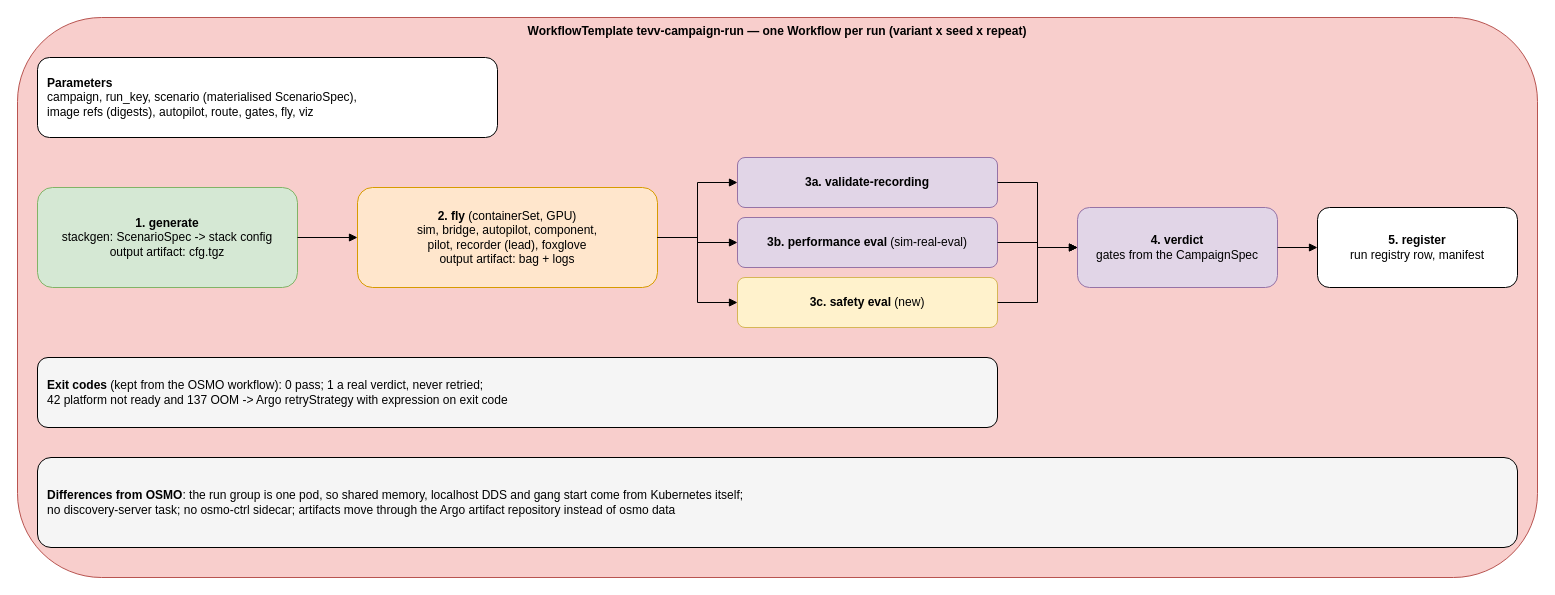
This is page "run-workflow" (2 of 2) of docs/design/diagrams/campaigns-openshift-argo.drawio from DinoHub/M-S-Simulation-Runtime-Stack, a draw.io file, before an edit. Source tidied: cells renumbered, new cells numbered last; positions are measured from the earlier drawing's top-left corner, leaving out a move shared by most shapes. Both pictures are drawn from the tidied source at 100%, with x=0, y=0 at pixel (17, 17).
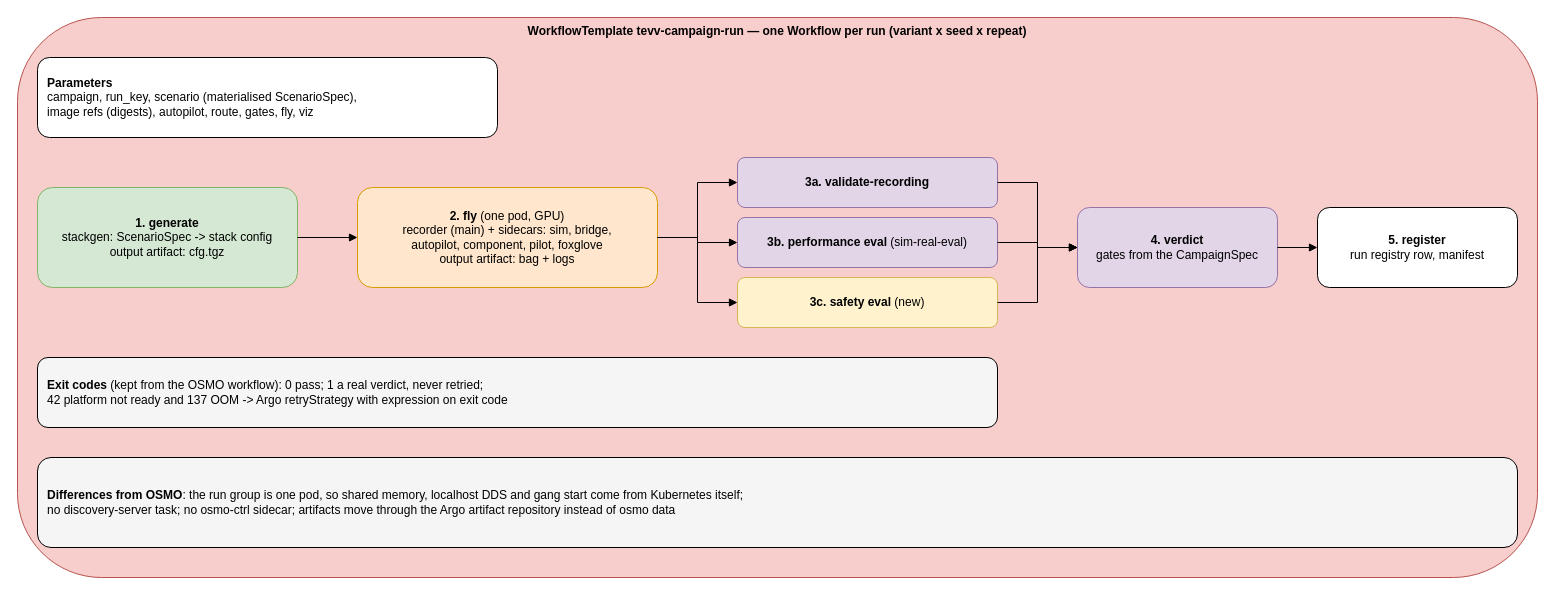
The same diagram, later.

Commit message (it also covers changes not shown here):
docs(design): the fly pod is a main container with sidecars, and SHM is measured

Unchanged cells that the change refers to:
```xml
<mxCell id="2" value="WorkflowTemplate tevv-campaign-run — one Workflow per run (variant x seed x repeat)" style="rounded=1;whiteSpace=wrap;html=1;verticalAlign=top;fontStyle=1;fillColor=#f8cecc;strokeColor=#b85450;" parent="1" vertex="1">
  <mxGeometry width="1520" height="560" as="geometry" />
</mxCell>
```

Diff of the diagram source:
```diff
@@
-    <mxCell id="5" value="&lt;b&gt;2. fly&lt;/b&gt; (containerSet, GPU)&lt;br/&gt;sim, bridge, autopilot, component,&lt;br/&gt;pilot, recorder (lead), foxglove&lt;br/&gt;output artifact: bag + logs" style="rounded=1;whiteSpace=wrap;html=1;fillColor=#ffe6cc;strokeColor=#d79b00;" parent="2" vertex="1">
+    <mxCell id="5" value="&lt;b&gt;2. fly&lt;/b&gt; (one pod, GPU)&lt;br/&gt;recorder (main) + sidecars: sim, bridge,&lt;br/&gt;autopilot, component, pilot, foxglove&lt;br/&gt;output artifact: bag + logs" style="rounded=1;whiteSpace=wrap;html=1;fillColor=#ffe6cc;strokeColor=#d79b00;" parent="2" vertex="1">
       <mxGeometry x="340" y="170" width="300" height="100" as="geometry" />
     </mxCell>
```
